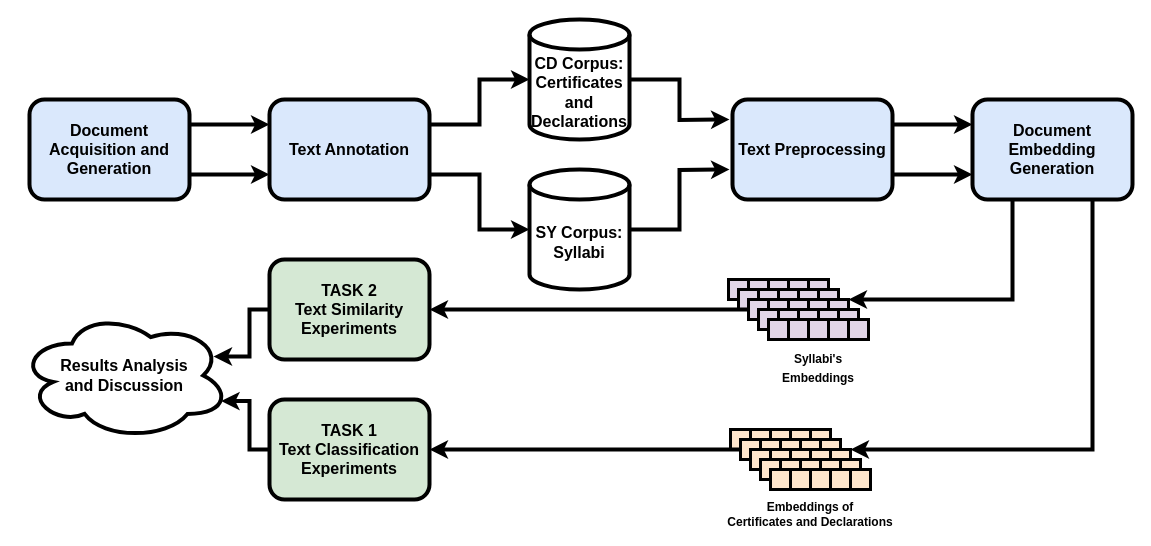
The draw.io diagram sbsi2024.drawio in viniciusrpb/drawio_flowcharts, before the edit. Source tidied: cells renumbered, new cells numbered last; positions are measured from the earlier drawing's top-left corner, leaving out a move shared by most shapes. Both pictures are drawn from the tidied source at 100%, with x=0, y=0 at pixel (19, 19).
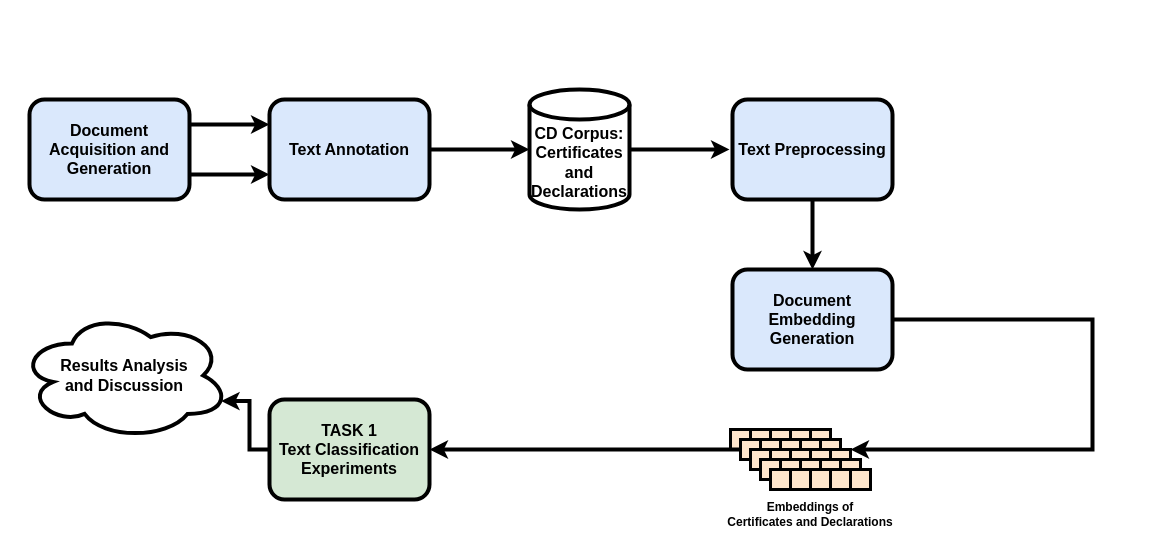
The same diagram, later.

The change refers to these unchanged cells:
```xml
<mxCell id="2" value="Text Annotation" style="rounded=1;whiteSpace=wrap;html=1;fontSize=16;glass=0;strokeWidth=4;shadow=0;fillColor=#dae8fc;strokeColor=#000000;fontStyle=1;" parent="1" vertex="1">
  <mxGeometry x="250" y="80" width="160" height="100" as="geometry" />
</mxCell>
<mxCell id="12" value="Text Preprocessing" style="rounded=1;whiteSpace=wrap;html=1;fontSize=16;glass=0;strokeWidth=4;shadow=0;fillColor=#dae8fc;strokeColor=#000000;fontStyle=1;" parent="1" vertex="1">
  <mxGeometry x="713" y="80" width="160" height="100" as="geometry" />
</mxCell>
<mxCell id="28" style="rounded=0;whiteSpace=wrap;html=1;strokeWidth=3;fillColor=#ffe6cc;strokeColor=#000000;" parent="1" vertex="1">
  <mxGeometry x="811" y="430" width="20" height="20" as="geometry" />
</mxCell>
<mxCell id="69" value="&lt;div style=&quot;font-size: 16px;&quot;&gt;Results Analysis&lt;/div&gt;&lt;div style=&quot;font-size: 16px;&quot;&gt;and Discussion&lt;br style=&quot;font-size: 16px;&quot;&gt;&lt;/div&gt;" style="ellipse;shape=cloud;whiteSpace=wrap;html=1;strokeWidth=4;fontSize=16;fontStyle=1;" parent="1" vertex="1">
  <mxGeometry y="292" width="210" height="128" as="geometry" />
</mxCell>
```

Change to the diagram source:
```diff
@@
     <mxCell id="3" style="edgeStyle=orthogonalEdgeStyle;rounded=0;jettySize=auto;html=1;strokeWidth=4;" parent="1" edge="1" source="4">
       <mxGeometry relative="1" as="geometry">
-        <mxPoint x="710" y="100" as="targetPoint" />
+        <mxPoint x="710" y="130" as="targetPoint" />
       </mxGeometry>
     </mxCell>
     <mxCell id="4" value="&lt;div style=&quot;font-size: 16px;&quot;&gt;CD Corpus:&lt;/div&gt;&lt;div style=&quot;font-size: 16px;&quot;&gt;Certificates&lt;/div&gt;&lt;div style=&quot;font-size: 16px;&quot;&gt;and Declarations&lt;/div&gt;" style="shape=cylinder3;whiteSpace=wrap;html=1;boundedLbl=1;backgroundOutline=1;size=15;fontSize=16;fontStyle=1;strokeWidth=4;" parent="1" vertex="1">
-      <mxGeometry x="510" width="100" height="120" as="geometry" />
+      <mxGeometry x="510" y="70" width="100" height="120" as="geometry" />
     </mxCell>
-    <mxCell id="5" style="edgeStyle=orthogonalEdgeStyle;rounded=0;jettySize=auto;html=1;exitX=1;exitY=0.5;exitDx=0;exitDy=0;exitPerimeter=0;strokeWidth=4;" parent="1" edge="1" source="6">
-      <mxGeometry relative="1" as="geometry">
-        <mxPoint x="710" y="150" as="targetPoint" />
-      </mxGeometry>
-    </mxCell>
-    <mxCell id="6" value="SY Corpus:&lt;br&gt;Syllabi" style="shape=cylinder3;whiteSpace=wrap;html=1;boundedLbl=1;backgroundOutline=1;size=15;fontSize=16;fontStyle=1;strokeWidth=4;" parent="1" vertex="1">
-      <mxGeometry x="510" y="150" width="100" height="120" as="geometry" />
-    </mxCell>
-    <mxCell id="7" style="edgeStyle=orthogonalEdgeStyle;rounded=0;jettySize=auto;html=1;exitX=0.75;exitY=1;exitDx=0;exitDy=0;entryX=1;entryY=0;entryDx=0;entryDy=0;strokeWidth=4;" parent="1" edge="1" source="9" target="28">
+    <mxCell id="7" style="edgeStyle=orthogonalEdgeStyle;rounded=0;jettySize=auto;html=1;exitX=0;exitY=0.5;exitDx=0;exitDy=0;entryX=1;entryY=0;entryDx=0;entryDy=0;strokeWidth=4;" parent="1" edge="1" source="9" target="28">
       <mxGeometry relative="1" as="geometry">
         <Array as="points">
+          <mxPoint x="1073" y="300" />
           <mxPoint x="1073" y="430" />
         </Array>
       </mxGeometry>
     </mxCell>
-    <mxCell id="8" style="edgeStyle=orthogonalEdgeStyle;rounded=0;jettySize=auto;html=1;exitX=0.25;exitY=1;exitDx=0;exitDy=0;entryX=1;entryY=0;entryDx=0;entryDy=0;strokeWidth=4;" parent="1" edge="1" source="9" target="54">
-      <mxGeometry relative="1" as="geometry">
-        <Array as="points">
-          <mxPoint x="993" y="280" />
-        </Array>
-      </mxGeometry>
-    </mxCell>
     <mxCell id="9" value="&lt;div&gt;Document Embedding&lt;/div&gt;&lt;div&gt;Generation&lt;br&gt;&lt;/div&gt;" style="rounded=1;whiteSpace=wrap;html=1;fontSize=16;glass=0;strokeWidth=4;shadow=0;fillColor=#dae8fc;strokeColor=#000000;fontStyle=1;" parent="1" vertex="1">
-      <mxGeometry x="953" y="80" width="160" height="100" as="geometry" />
+      <mxGeometry x="713" y="250" width="160" height="100" as="geometry" />
     </mxCell>
-    <mxCell id="10" style="edgeStyle=orthogonalEdgeStyle;rounded=0;jettySize=auto;html=1;exitX=1;exitY=0.25;exitDx=0;exitDy=0;entryX=0;entryY=0.25;entryDx=0;entryDy=0;strokeWidth=4;" parent="1" edge="1" source="12" target="9">
-      <mxGeometry relative="1" as="geometry" />
-    </mxCell>
-    <mxCell id="11" style="edgeStyle=orthogonalEdgeStyle;rounded=0;jettySize=auto;html=1;exitX=1;exitY=0.75;exitDx=0;exitDy=0;entryX=0;entryY=0.75;entryDx=0;entryDy=0;strokeWidth=4;" parent="1" edge="1" source="12" target="9">
+    <mxCell id="11" style="edgeStyle=orthogonalEdgeStyle;rounded=0;jettySize=auto;html=1;exitX=0.5;exitY=1;exitDx=0;exitDy=0;entryX=0.5;entryY=0;entryDx=0;entryDy=0;strokeWidth=4;" parent="1" edge="1" source="12" target="9">
       <mxGeometry relative="1" as="geometry" />
     </mxCell>
@@
-    <mxCell id="39" style="rounded=0;whiteSpace=wrap;html=1;strokeWidth=3;fillColor=#e1d5e7;strokeColor=#000000;" parent="1" vertex="1">
-      <mxGeometry x="709" y="260" width="20" height="20" as="geometry" />
-    </mxCell>
-    <mxCell id="40" style="rounded=0;whiteSpace=wrap;html=1;strokeWidth=3;fillColor=#e1d5e7;strokeColor=#000000;" parent="1" vertex="1">
-      <mxGeometry x="729" y="260" width="20" height="20" as="geometry" />
-    </mxCell>
-    <mxCell id="41" style="rounded=0;whiteSpace=wrap;html=1;strokeWidth=3;fillColor=#e1d5e7;strokeColor=#000000;" parent="1" vertex="1">
-      <mxGeometry x="749" y="260" width="20" height="20" as="geometry" />
-    </mxCell>
-    <mxCell id="42" style="rounded=0;whiteSpace=wrap;html=1;strokeWidth=3;fillColor=#e1d5e7;strokeColor=#000000;" parent="1" vertex="1">
-      <mxGeometry x="769" y="260" width="20" height="20" as="geometry" />
-    </mxCell>
-    <mxCell id="43" style="rounded=0;whiteSpace=wrap;html=1;strokeWidth=3;fillColor=#e1d5e7;strokeColor=#000000;" parent="1" vertex="1">
-      <mxGeometry x="789" y="260" width="20" height="20" as="geometry" />
-    </mxCell>
-    <mxCell id="44" style="rounded=0;whiteSpace=wrap;html=1;strokeWidth=3;fillColor=#e1d5e7;strokeColor=#000000;" parent="1" vertex="1">
-      <mxGeometry x="719" y="270" width="20" height="20" as="geometry" />
-    </mxCell>
-    <mxCell id="45" style="rounded=0;whiteSpace=wrap;html=1;strokeWidth=3;fillColor=#e1d5e7;strokeColor=#000000;" parent="1" vertex="1">
-      <mxGeometry x="739" y="270" width="20" height="20" as="geometry" />
-    </mxCell>
-    <mxCell id="46" style="rounded=0;whiteSpace=wrap;html=1;strokeWidth=3;fillColor=#e1d5e7;strokeColor=#000000;" parent="1" vertex="1">
-      <mxGeometry x="759" y="270" width="20" height="20" as="geometry" />
-    </mxCell>
-    <mxCell id="47" style="rounded=0;whiteSpace=wrap;html=1;strokeWidth=3;fillColor=#e1d5e7;strokeColor=#000000;" parent="1" vertex="1">
-      <mxGeometry x="779" y="270" width="20" height="20" as="geometry" />
-    </mxCell>
-    <mxCell id="48" style="rounded=0;whiteSpace=wrap;html=1;strokeWidth=3;fillColor=#e1d5e7;strokeColor=#000000;" parent="1" vertex="1">
-      <mxGeometry x="799" y="270" width="20" height="20" as="geometry" />
-    </mxCell>
-    <mxCell id="49" style="edgeStyle=orthogonalEdgeStyle;rounded=0;jettySize=auto;html=1;entryX=1;entryY=0.5;entryDx=0;entryDy=0;strokeWidth=4;" parent="1" edge="1" source="50" target="65">
-      <mxGeometry relative="1" as="geometry" />
-    </mxCell>
-    <mxCell id="50" style="rounded=0;whiteSpace=wrap;html=1;strokeWidth=3;fillColor=#e1d5e7;strokeColor=#000000;" parent="1" vertex="1">
-      <mxGeometry x="729" y="280" width="20" height="20" as="geometry" />
-    </mxCell>
-    <mxCell id="51" style="rounded=0;whiteSpace=wrap;html=1;strokeWidth=3;fillColor=#e1d5e7;strokeColor=#000000;" parent="1" vertex="1">
-      <mxGeometry x="749" y="280" width="20" height="20" as="geometry" />
-    </mxCell>
-    <mxCell id="52" style="rounded=0;whiteSpace=wrap;html=1;strokeWidth=3;fillColor=#e1d5e7;strokeColor=#000000;" parent="1" vertex="1">
-      <mxGeometry x="769" y="280" width="20" height="20" as="geometry" />
-    </mxCell>
-    <mxCell id="53" style="rounded=0;whiteSpace=wrap;html=1;strokeWidth=3;fillColor=#e1d5e7;strokeColor=#000000;" parent="1" vertex="1">
-      <mxGeometry x="789" y="280" width="20" height="20" as="geometry" />
-    </mxCell>
-    <mxCell id="54" style="rounded=0;whiteSpace=wrap;html=1;strokeWidth=3;fillColor=#e1d5e7;strokeColor=#000000;" parent="1" vertex="1">
-      <mxGeometry x="809" y="280" width="20" height="20" as="geometry" />
-    </mxCell>
-    <mxCell id="55" style="rounded=0;whiteSpace=wrap;html=1;strokeWidth=3;fillColor=#e1d5e7;strokeColor=#000000;" parent="1" vertex="1">
-      <mxGeometry x="739" y="290" width="20" height="20" as="geometry" />
-    </mxCell>
-    <mxCell id="56" style="rounded=0;whiteSpace=wrap;html=1;strokeWidth=3;fillColor=#e1d5e7;strokeColor=#000000;" parent="1" vertex="1">
-      <mxGeometry x="759" y="290" width="20" height="20" as="geometry" />
-    </mxCell>
-    <mxCell id="57" style="rounded=0;whiteSpace=wrap;html=1;strokeWidth=3;fillColor=#e1d5e7;strokeColor=#000000;" parent="1" vertex="1">
-      <mxGeometry x="779" y="290" width="20" height="20" as="geometry" />
-    </mxCell>
-    <mxCell id="58" style="rounded=0;whiteSpace=wrap;html=1;strokeWidth=3;fillColor=#e1d5e7;strokeColor=#000000;" parent="1" vertex="1">
-      <mxGeometry x="799" y="290" width="20" height="20" as="geometry" />
-    </mxCell>
-    <mxCell id="59" style="rounded=0;whiteSpace=wrap;html=1;strokeWidth=3;fillColor=#e1d5e7;strokeColor=#000000;" parent="1" vertex="1">
-      <mxGeometry x="819" y="290" width="20" height="20" as="geometry" />
-    </mxCell>
-    <mxCell id="60" style="rounded=0;whiteSpace=wrap;html=1;strokeWidth=3;fillColor=#e1d5e7;strokeColor=#000000;" parent="1" vertex="1">
-      <mxGeometry x="749" y="300" width="20" height="20" as="geometry" />
-    </mxCell>
-    <mxCell id="61" style="rounded=0;whiteSpace=wrap;html=1;strokeWidth=3;fillColor=#e1d5e7;strokeColor=#000000;" parent="1" vertex="1">
-      <mxGeometry x="769" y="300" width="20" height="20" as="geometry" />
-    </mxCell>
-    <mxCell id="62" style="rounded=0;whiteSpace=wrap;html=1;strokeWidth=3;fillColor=#e1d5e7;strokeColor=#000000;" parent="1" vertex="1">
-      <mxGeometry x="789" y="300" width="20" height="20" as="geometry" />
-    </mxCell>
-    <mxCell id="63" style="rounded=0;whiteSpace=wrap;html=1;strokeWidth=3;fillColor=#e1d5e7;strokeColor=#000000;" parent="1" vertex="1">
-      <mxGeometry x="809" y="300" width="20" height="20" as="geometry" />
-    </mxCell>
-    <mxCell id="64" style="rounded=0;whiteSpace=wrap;html=1;strokeWidth=3;fillColor=#e1d5e7;strokeColor=#000000;" parent="1" vertex="1">
-      <mxGeometry x="829" y="300" width="20" height="20" as="geometry" />
-    </mxCell>
-    <mxCell id="65" value="&lt;div&gt;&lt;span style=&quot;background-color: initial;&quot;&gt;TASK 2&lt;/span&gt;&lt;/div&gt;&lt;div&gt;&lt;span style=&quot;background-color: initial;&quot;&gt;Text Similarity Experiments&lt;/span&gt;&lt;br&gt;&lt;/div&gt;" style="rounded=1;whiteSpace=wrap;html=1;fontSize=16;glass=0;strokeWidth=4;shadow=0;fillColor=#d5e8d4;strokeColor=#000000;fontStyle=1;" parent="1" vertex="1">
-      <mxGeometry x="250" y="240" width="160" height="100" as="geometry" />
-    </mxCell>
@@
-    <mxCell id="68" value="&lt;div&gt;&lt;font style=&quot;font-size: 12px;&quot;&gt;Syllabi's&lt;/font&gt;&lt;/div&gt;&lt;div&gt;&lt;font style=&quot;font-size: 12px;&quot;&gt;Embeddings&lt;/font&gt;&lt;/div&gt;&lt;div style=&quot;font-size: 12px;&quot;&gt;&lt;br&gt;&lt;/div&gt;" style="text;html=1;strokeColor=none;fillColor=none;align=center;verticalAlign=middle;whiteSpace=wrap;rounded=0;fontSize=16;fontStyle=1;" parent="1" vertex="1">
-      <mxGeometry x="689" y="340" width="220" height="30" as="geometry" />
-    </mxCell>
@@
-    <mxCell id="73" style="edgeStyle=orthogonalEdgeStyle;rounded=0;jettySize=auto;html=1;exitX=1;exitY=0.25;exitDx=0;exitDy=0;entryX=0;entryY=0.5;entryDx=0;entryDy=0;entryPerimeter=0;strokeWidth=4;" parent="1" edge="1" source="2" target="4">
+    <mxCell id="73" style="edgeStyle=orthogonalEdgeStyle;rounded=0;jettySize=auto;html=1;exitX=1;exitY=0.5;exitDx=0;exitDy=0;entryX=0;entryY=0.5;entryDx=0;entryDy=0;entryPerimeter=0;strokeWidth=4;" parent="1" edge="1" source="2" target="4">
       <mxGeometry relative="1" as="geometry" />
     </mxCell>
-    <mxCell id="74" style="edgeStyle=orthogonalEdgeStyle;rounded=0;jettySize=auto;html=1;exitX=1;exitY=0.75;exitDx=0;exitDy=0;entryX=0;entryY=0.5;entryDx=0;entryDy=0;entryPerimeter=0;strokeWidth=4;" parent="1" edge="1" source="2" target="6">
-      <mxGeometry relative="1" as="geometry" />
-    </mxCell>
-    <mxCell id="75" style="edgeStyle=orthogonalEdgeStyle;rounded=0;jettySize=auto;html=1;entryX=0.924;entryY=0.352;entryDx=0;entryDy=0;entryPerimeter=0;strokeWidth=4;" parent="1" edge="1" source="65" target="69">
-      <mxGeometry relative="1" as="geometry" />
-    </mxCell>
```
